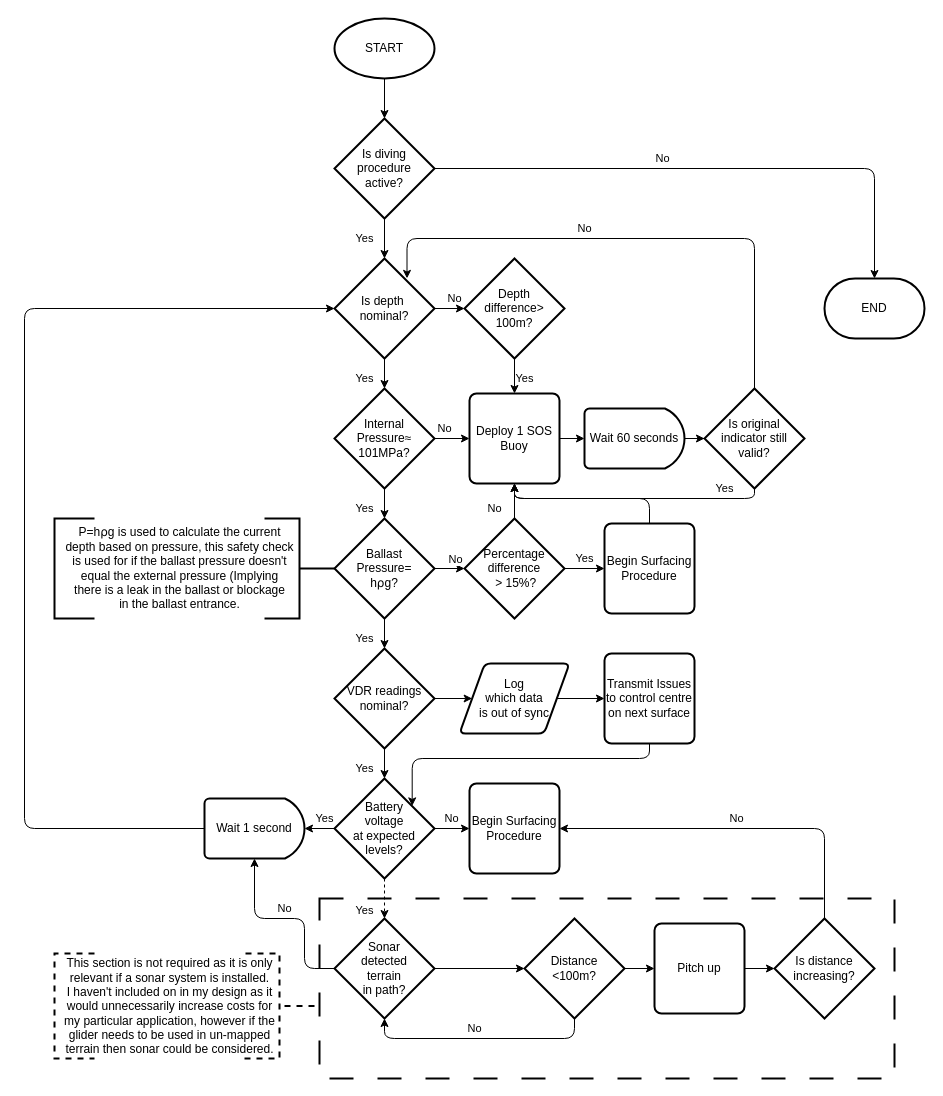
Schlubs/UnGlider-EPQ keeps this draw.io diagram as Safety Checks.drawio. Above is the earlier version. Source tidied: cells renumbered, new cells numbered last; positions are measured from the earlier drawing's top-left corner, leaving out a move shared by most shapes. Both pictures are drawn from the tidied source at 100%, with x=0, y=0 at pixel (24, 18).
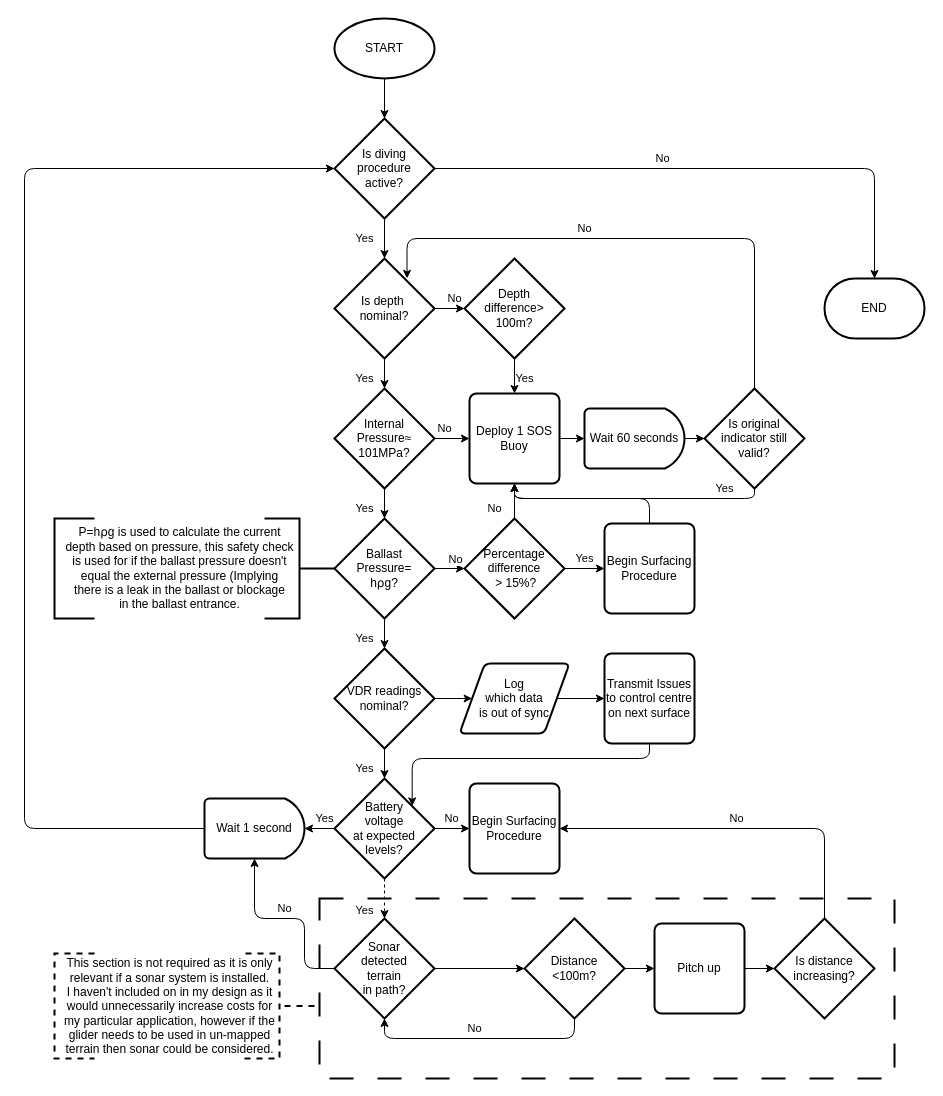
Above is the later version.

The change refers to these unchanged cells:
```xml
<mxCell id="8" value="Is depth&amp;nbsp; nominal?" style="strokeWidth=2;html=1;shape=mxgraph.flowchart.decision;whiteSpace=wrap;strokeOpacity=100;fillOpacity=100;labelBackgroundColor=none;" parent="1" vertex="1">
  <mxGeometry x="310" y="240" width="100" height="100" as="geometry" />
</mxCell>
<mxCell id="11" value="Wait 1 second" style="strokeWidth=2;html=1;shape=mxgraph.flowchart.delay;whiteSpace=wrap;" parent="1" vertex="1">
  <mxGeometry x="180" y="780" width="100" height="60" as="geometry" />
</mxCell>
<mxCell id="52" value="Is diving procedure &lt;br&gt;active?" style="strokeWidth=2;html=1;shape=mxgraph.flowchart.decision;whiteSpace=wrap;strokeOpacity=100;fillOpacity=100;labelBackgroundColor=none;" parent="1" vertex="1">
  <mxGeometry x="310" y="100" width="100" height="100" as="geometry" />
</mxCell>
```

Change to the diagram source:
```diff
@@
-    <mxCell id="37" style="edgeStyle=orthogonalEdgeStyle;rounded=1;jettySize=auto;html=1;entryX=0;entryY=0.5;entryDx=0;entryDy=0;entryPerimeter=0;curved=0;backgroundOutline=0;startFill=1;fillOpacity=100;strokeOpacity=100;endFill=1;labelBackgroundColor=none;" parent="1" edge="1" source="11" target="8">
+    <mxCell id="37" style="edgeStyle=orthogonalEdgeStyle;rounded=1;jettySize=auto;html=1;entryX=0;entryY=0.5;entryDx=0;entryDy=0;entryPerimeter=0;curved=0;backgroundOutline=0;startFill=1;fillOpacity=100;strokeOpacity=100;endFill=1;labelBackgroundColor=none;" parent="1" edge="1" source="11" target="52">
       <mxGeometry relative="1" as="geometry">
         <Array as="points">
           <mxPoint y="810" />
-          <mxPoint y="290" />
+          <mxPoint y="150" />
         </Array>
       </mxGeometry>
     </mxCell>
```
